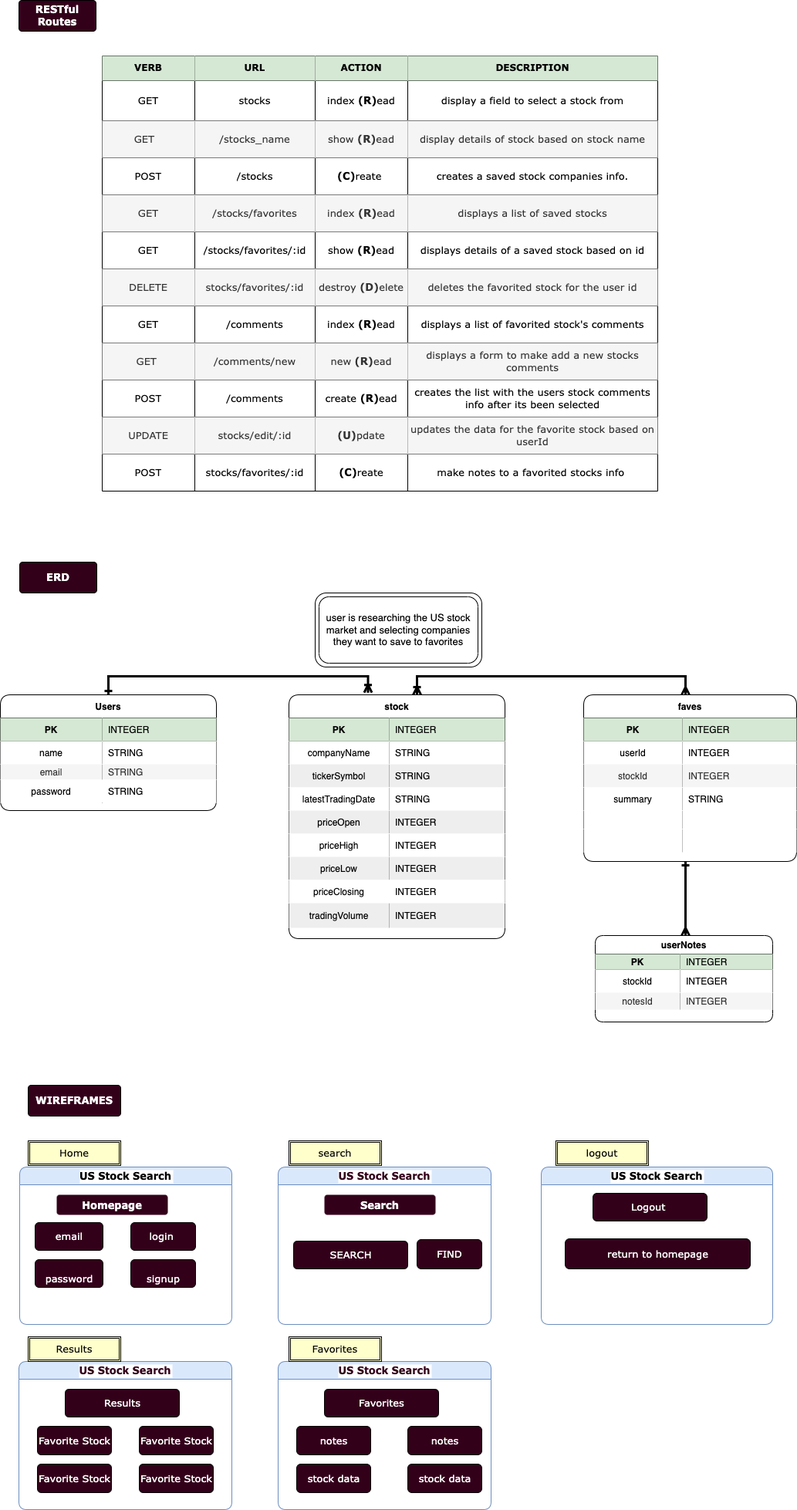
This is ERD.drawio.png from Professorsurf/Project-2, a draw.io export, as it was before one commit. Source tidied: cells renumbered, new cells last; positions are measured from the earlier drawing's top-left corner, leaving out a move shared by most shapes.
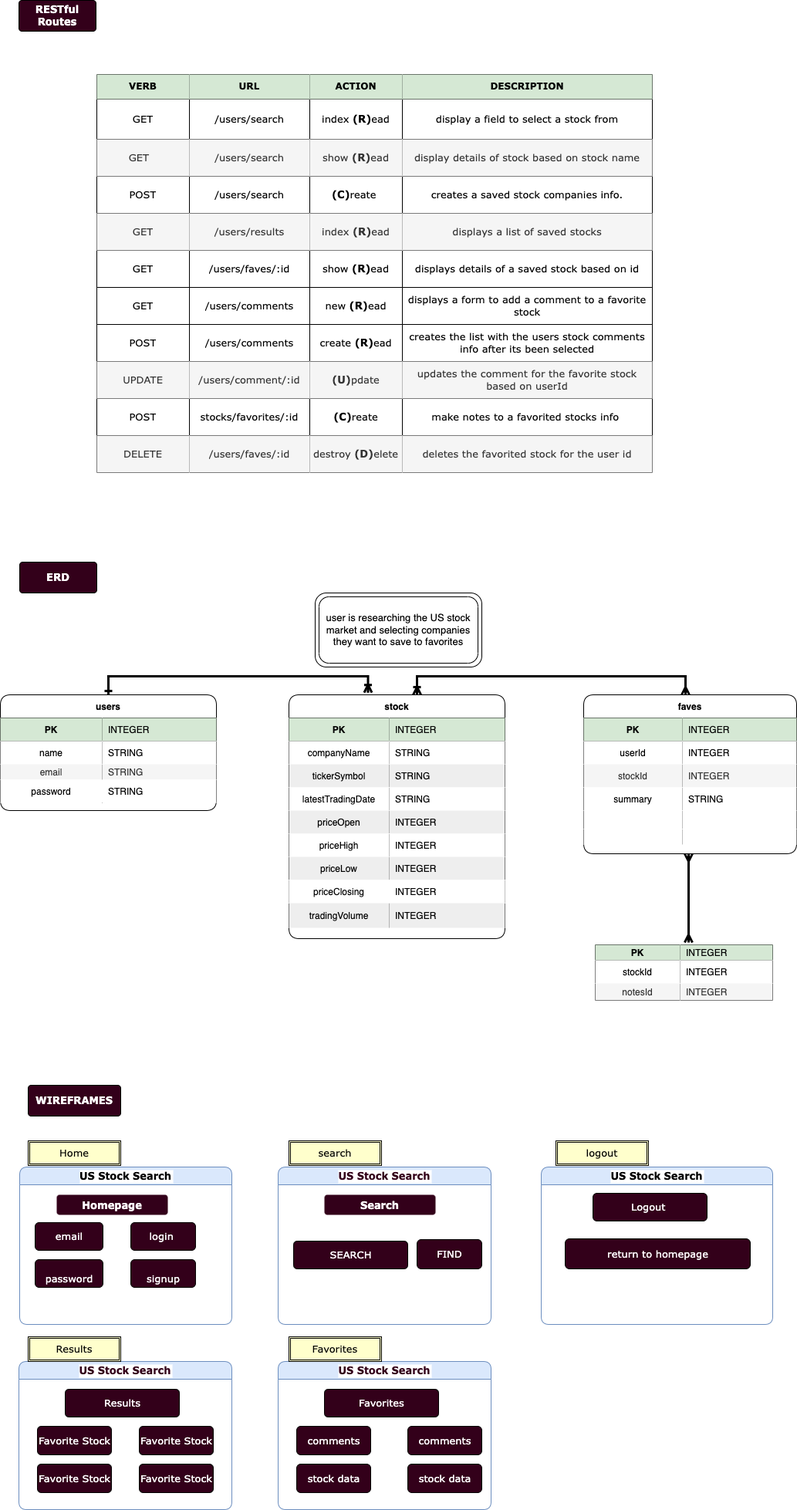
Later version of the same file.

The edit, as a diff of the source:
```diff
@@ -4,3 +4,3 @@
     <mxCell id="1" parent="0" />
-    <mxCell id="2" value="Users" style="shape=table;startSize=30;rowLines=0;fontStyle=1;align=center;rounded=1;labelBackgroundColor=default;" parent="1" vertex="1">
+    <mxCell id="2" value="users" style="shape=table;startSize=30;rowLines=0;fontStyle=1;align=center;rounded=1;labelBackgroundColor=default;" parent="1" vertex="1">
       <mxGeometry y="900" width="280" height="150" as="geometry" />
@@ -127,7 +127,7 @@
     </mxCell>
-    <mxCell id="43" value="userNotes" style="shape=table;startSize=24;rowLines=0;fontStyle=1;align=center;rounded=1;" parent="1" vertex="1">
-      <mxGeometry x="771" y="1212" width="230" height="112" as="geometry" />
+    <mxCell id="43" value="userComments" style="shape=table;startSize=0;rowLines=0;fontStyle=1;align=center;rounded=1;" parent="1" vertex="1">
+      <mxGeometry x="771" y="1224" width="230" height="72" as="geometry" />
     </mxCell>
     <mxCell id="44" style="shape=tableRow;horizontal=0;startSize=0;swimlaneHead=0;swimlaneBody=0;fillColor=none;points=[[0,0.5],[1,0.5]];portConstraint=eastwest;top=0;left=0;right=0;bottom=1;rounded=0;" parent="43" vertex="1">
-      <mxGeometry y="24" width="230" height="20" as="geometry" />
+      <mxGeometry width="230" height="20" as="geometry" />
     </mxCell>
@@ -140,3 +140,3 @@
     <mxCell id="47" style="shape=tableRow;horizontal=0;startSize=0;swimlaneHead=0;swimlaneBody=0;fillColor=none;top=0;left=0;right=0;bottom=0;" parent="43" vertex="1">
-      <mxGeometry y="44" width="230" height="30" as="geometry" />
+      <mxGeometry y="20" width="230" height="30" as="geometry" />
     </mxCell>
@@ -149,3 +149,3 @@
     <mxCell id="50" style="shape=tableRow;horizontal=0;startSize=0;swimlaneHead=0;swimlaneBody=0;fillColor=none;top=0;left=0;right=0;bottom=0;rounded=0;" parent="43" vertex="1">
-      <mxGeometry y="74" width="230" height="22" as="geometry" />
+      <mxGeometry y="50" width="230" height="22" as="geometry" />
     </mxCell>
@@ -157,7 +157,7 @@
     </mxCell>
-    <mxCell id="53" style="edgeStyle=orthogonalEdgeStyle;rounded=0;jettySize=auto;html=1;startArrow=ERone;startFill=0;endArrow=ERmany;endFill=0;strokeWidth=3;" parent="1" edge="1" source="55">
+    <mxCell id="53" style="edgeStyle=orthogonalEdgeStyle;rounded=0;jettySize=auto;html=1;startArrow=ERmany;startFill=0;endArrow=ERmany;endFill=0;strokeWidth=3;entryX=0.526;entryY=-0.15;entryDx=0;entryDy=0;entryPerimeter=0;" parent="1" edge="1" source="55" target="44">
       <mxGeometry relative="1" as="geometry">
-        <mxPoint x="888" y="1212" as="targetPoint" />
         <Array as="points">
-          <mxPoint x="888" y="1209" />
+          <mxPoint x="892" y="1200" />
+          <mxPoint x="892" y="1200" />
         </Array>
@@ -174,3 +174,3 @@
     <mxCell id="55" value="faves" style="shape=table;startSize=30;rowLines=0;fontStyle=1;align=center;rounded=1;swimlaneLine=1;" parent="1" vertex="1">
-      <mxGeometry x="756" y="900" width="276" height="216" as="geometry" />
+      <mxGeometry x="756" y="900" width="276" height="206" as="geometry" />
     </mxCell>
@@ -222,9 +222,9 @@
     <mxCell id="71" style="shape=tableRow;horizontal=0;startSize=0;swimlaneHead=0;swimlaneBody=0;fillColor=none;top=0;left=0;right=0;bottom=0;rounded=1;shadow=0;sketch=0;fontFamily=Verdana;" parent="55" vertex="1">
-      <mxGeometry y="174" width="276" height="30" as="geometry" />
+      <mxGeometry y="174" width="276" height="20" as="geometry" />
     </mxCell>
     <mxCell id="72" style="shape=partialRectangle;top=0;left=0;bottom=0;right=0;overflow=hidden;rounded=1;shadow=0;sketch=0;fontFamily=Verdana;" parent="71" vertex="1">
-      <mxGeometry width="128" height="30" as="geometry" />
+      <mxGeometry width="128" height="20" as="geometry" />
     </mxCell>
     <mxCell id="73" style="shape=partialRectangle;top=0;left=0;bottom=0;right=0;align=left;spacingLeft=6;overflow=hidden;rounded=1;shadow=0;sketch=0;fontFamily=Verdana;" parent="71" vertex="1">
-      <mxGeometry x="128" width="148" height="30" as="geometry" />
+      <mxGeometry x="128" width="148" height="20" as="geometry" />
     </mxCell>
@@ -242,3 +242,3 @@
     <mxCell id="76" style="shape=table;html=1;whiteSpace=wrap;startSize=0;rounded=1;shadow=0;sketch=0;strokeWidth=1;perimeterSpacing=0;rowLines=1;fontFamily=Verdana;" parent="1" vertex="1">
-      <mxGeometry x="132" y="72" width="720" height="564" as="geometry" />
+      <mxGeometry x="125" y="96" width="720" height="516" as="geometry" />
     </mxCell>
@@ -265,3 +265,3 @@
     </mxCell>
-    <mxCell id="84" value="stocks" style="shape=partialRectangle;html=1;whiteSpace=wrap;fillColor=none;top=0;left=0;bottom=0;right=0;overflow=hidden;rounded=1;shadow=0;fontFamily=Verdana;fontSize=13;" parent="82" vertex="1">
+    <mxCell id="84" value="/users/search" style="shape=partialRectangle;html=1;whiteSpace=wrap;fillColor=none;top=0;left=0;bottom=0;right=0;overflow=hidden;rounded=1;shadow=0;fontFamily=Verdana;fontSize=13;" parent="82" vertex="1">
       <mxGeometry x="120" width="156" height="52" as="geometry" />
@@ -280,3 +280,3 @@
     </mxCell>
-    <mxCell id="89" value="/stocks_name" style="shape=partialRectangle;html=1;whiteSpace=wrap;fillColor=#f5f5f5;top=0;left=0;bottom=0;right=0;overflow=hidden;rounded=1;shadow=0;fontColor=#333333;strokeColor=#666666;fontFamily=Verdana;fontSize=13;" parent="87" vertex="1">
+    <mxCell id="89" value="/users/search" style="shape=partialRectangle;html=1;whiteSpace=wrap;fillColor=#f5f5f5;top=0;left=0;bottom=0;right=0;overflow=hidden;rounded=1;shadow=0;fontColor=#333333;strokeColor=#666666;fontFamily=Verdana;fontSize=13;" parent="87" vertex="1">
       <mxGeometry x="120" width="156" height="48" as="geometry" />
@@ -295,3 +295,3 @@
     </mxCell>
-    <mxCell id="94" value="/stocks" style="shape=partialRectangle;html=1;whiteSpace=wrap;fillColor=none;top=0;left=0;bottom=0;right=0;overflow=hidden;rounded=1;shadow=0;fontFamily=Verdana;fontSize=13;" parent="92" vertex="1">
+    <mxCell id="94" value="/users/search" style="shape=partialRectangle;html=1;whiteSpace=wrap;fillColor=none;top=0;left=0;bottom=0;right=0;overflow=hidden;rounded=1;shadow=0;fontFamily=Verdana;fontSize=13;" parent="92" vertex="1">
       <mxGeometry x="120" width="156" height="48" as="geometry" />
@@ -310,3 +310,3 @@
     </mxCell>
-    <mxCell id="99" value="/stocks/favorites" style="shape=partialRectangle;html=1;whiteSpace=wrap;fillColor=#f5f5f5;top=0;left=0;bottom=0;right=0;overflow=hidden;rounded=1;shadow=0;fontColor=#333333;strokeColor=#666666;fontFamily=Verdana;fontSize=13;" parent="97" vertex="1">
+    <mxCell id="99" value="/users/results" style="shape=partialRectangle;html=1;whiteSpace=wrap;fillColor=#f5f5f5;top=0;left=0;bottom=0;right=0;overflow=hidden;rounded=1;shadow=0;fontColor=#333333;strokeColor=#666666;fontFamily=Verdana;fontSize=13;" parent="97" vertex="1">
       <mxGeometry x="120" width="156" height="48" as="geometry" />
@@ -325,3 +325,3 @@
     </mxCell>
-    <mxCell id="104" value="/stocks/favorites/:id" style="shape=partialRectangle;html=1;whiteSpace=wrap;fillColor=none;top=0;left=0;bottom=0;right=0;overflow=hidden;rounded=1;shadow=0;fontFamily=Verdana;fontSize=13;" parent="102" vertex="1">
+    <mxCell id="104" value="/users/faves/:id" style="shape=partialRectangle;html=1;whiteSpace=wrap;fillColor=none;top=0;left=0;bottom=0;right=0;overflow=hidden;rounded=1;shadow=0;fontFamily=Verdana;fontSize=13;" parent="102" vertex="1">
       <mxGeometry x="120" width="156" height="48" as="geometry" />
@@ -334,19 +334,4 @@
     </mxCell>
-    <mxCell id="107" style="shape=tableRow;horizontal=0;startSize=0;swimlaneHead=0;swimlaneBody=0;top=0;left=0;bottom=0;right=0;fillColor=none;rounded=1;shadow=0;" parent="76" vertex="1">
-      <mxGeometry y="276" width="720" height="48" as="geometry" />
-    </mxCell>
-    <mxCell id="108" value="DELETE" style="shape=partialRectangle;html=1;whiteSpace=wrap;fillColor=#f5f5f5;top=0;left=0;bottom=0;right=0;overflow=hidden;rounded=1;shadow=0;fontColor=#333333;strokeColor=#666666;fontFamily=Verdana;fontSize=13;" parent="107" vertex="1">
-      <mxGeometry width="120" height="48" as="geometry" />
-    </mxCell>
-    <mxCell id="109" value="stocks/favorites/:id" style="shape=partialRectangle;html=1;whiteSpace=wrap;fillColor=#f5f5f5;top=0;left=0;bottom=0;right=0;overflow=hidden;rounded=1;shadow=0;fontColor=#333333;strokeColor=#666666;fontFamily=Verdana;fontSize=13;" parent="107" vertex="1">
-      <mxGeometry x="120" width="156" height="48" as="geometry" />
-    </mxCell>
-    <mxCell id="110" value="destroy &lt;b&gt;(D)&lt;/b&gt;elete" style="shape=partialRectangle;html=1;whiteSpace=wrap;fillColor=#f5f5f5;top=0;left=0;bottom=0;right=0;overflow=hidden;rounded=1;shadow=0;fontColor=#333333;strokeColor=#666666;fontFamily=Verdana;fontSize=13;" parent="107" vertex="1">
-      <mxGeometry x="276" width="120" height="48" as="geometry" />
-    </mxCell>
-    <mxCell id="111" value="deletes the favorited stock for the user id" style="shape=partialRectangle;html=1;whiteSpace=wrap;fillColor=#f5f5f5;top=0;left=0;bottom=0;right=0;overflow=hidden;rounded=1;shadow=0;fontColor=#333333;strokeColor=#666666;fontFamily=Verdana;fontSize=13;" parent="107" vertex="1">
-      <mxGeometry x="396" width="324" height="48" as="geometry" />
-    </mxCell>
     <mxCell id="112" style="shape=tableRow;horizontal=0;startSize=0;swimlaneHead=0;swimlaneBody=0;top=0;left=0;bottom=0;right=0;fillColor=none;rounded=1;shadow=0;" parent="76" vertex="1">
-      <mxGeometry y="324" width="720" height="48" as="geometry" />
+      <mxGeometry y="276" width="720" height="48" as="geometry" />
     </mxCell>
@@ -355,28 +340,13 @@
     </mxCell>
-    <mxCell id="114" value="/comments" style="shape=partialRectangle;html=1;whiteSpace=wrap;fillColor=none;top=0;left=0;bottom=0;right=0;overflow=hidden;rounded=1;shadow=0;fontFamily=Verdana;fontSize=13;" parent="112" vertex="1">
+    <mxCell id="114" value="/users/comments" style="shape=partialRectangle;html=1;whiteSpace=wrap;fillColor=none;top=0;left=0;bottom=0;right=0;overflow=hidden;rounded=1;shadow=0;fontFamily=Verdana;fontSize=13;" parent="112" vertex="1">
       <mxGeometry x="120" width="156" height="48" as="geometry" />
     </mxCell>
-    <mxCell id="115" value="index &lt;b&gt;(R)&lt;/b&gt;ead" style="shape=partialRectangle;html=1;whiteSpace=wrap;fillColor=none;top=0;left=0;bottom=0;right=0;overflow=hidden;rounded=1;shadow=0;fontFamily=Verdana;fontSize=13;" parent="112" vertex="1">
+    <mxCell id="115" value="new&amp;nbsp;&lt;b&gt;(R)&lt;/b&gt;ead" style="shape=partialRectangle;html=1;whiteSpace=wrap;fillColor=none;top=0;left=0;bottom=0;right=0;overflow=hidden;rounded=1;shadow=0;fontFamily=Verdana;fontSize=13;" parent="112" vertex="1">
       <mxGeometry x="276" width="120" height="48" as="geometry" />
     </mxCell>
-    <mxCell id="116" value="displays a list of favorited stock's comments" style="shape=partialRectangle;html=1;whiteSpace=wrap;fillColor=none;top=0;left=0;bottom=0;right=0;overflow=hidden;rounded=1;shadow=0;fontFamily=Verdana;fontSize=13;" parent="112" vertex="1">
+    <mxCell id="116" value="displays a form to add a comment to a favorite stock" style="shape=partialRectangle;html=1;whiteSpace=wrap;fillColor=none;top=0;left=0;bottom=0;right=0;overflow=hidden;rounded=1;shadow=0;fontFamily=Verdana;fontSize=13;" parent="112" vertex="1">
       <mxGeometry x="396" width="324" height="48" as="geometry" />
     </mxCell>
-    <mxCell id="117" style="shape=tableRow;horizontal=0;startSize=0;swimlaneHead=0;swimlaneBody=0;top=0;left=0;bottom=0;right=0;fillColor=none;rounded=1;shadow=0;" parent="76" vertex="1">
-      <mxGeometry y="372" width="720" height="48" as="geometry" />
-    </mxCell>
-    <mxCell id="118" value="GET&amp;nbsp;" style="shape=partialRectangle;html=1;whiteSpace=wrap;fillColor=#f5f5f5;top=0;left=0;bottom=0;right=0;overflow=hidden;rounded=1;shadow=0;fontColor=#333333;strokeColor=#666666;fontFamily=Verdana;fontSize=13;" parent="117" vertex="1">
-      <mxGeometry width="120" height="48" as="geometry" />
-    </mxCell>
-    <mxCell id="119" value="/comments/new" style="shape=partialRectangle;html=1;whiteSpace=wrap;fillColor=#f5f5f5;top=0;left=0;bottom=0;right=0;overflow=hidden;rounded=1;shadow=0;fontColor=#333333;strokeColor=#666666;fontFamily=Verdana;fontSize=13;" parent="117" vertex="1">
-      <mxGeometry x="120" width="156" height="48" as="geometry" />
-    </mxCell>
-    <mxCell id="120" value="new &lt;b&gt;(R)&lt;/b&gt;ead" style="shape=partialRectangle;html=1;whiteSpace=wrap;fillColor=#f5f5f5;top=0;left=0;bottom=0;right=0;overflow=hidden;rounded=1;shadow=0;fontColor=#333333;strokeColor=#666666;fontFamily=Verdana;fontSize=13;" parent="117" vertex="1">
-      <mxGeometry x="276" width="120" height="48" as="geometry" />
-    </mxCell>
-    <mxCell id="121" value="displays a form to make add a new stocks comments" style="shape=partialRectangle;html=1;whiteSpace=wrap;fillColor=#f5f5f5;top=0;left=0;bottom=0;right=0;overflow=hidden;rounded=1;shadow=0;fontColor=#333333;strokeColor=#666666;fontFamily=Verdana;fontSize=13;" parent="117" vertex="1">
-      <mxGeometry x="396" width="324" height="48" as="geometry" />
-    </mxCell>
     <mxCell id="122" style="shape=tableRow;horizontal=0;startSize=0;swimlaneHead=0;swimlaneBody=0;top=0;left=0;bottom=0;right=0;fillColor=none;rounded=1;shadow=0;" parent="76" vertex="1">
-      <mxGeometry y="420" width="720" height="48" as="geometry" />
+      <mxGeometry y="324" width="720" height="48" as="geometry" />
     </mxCell>
@@ -385,3 +355,3 @@
     </mxCell>
-    <mxCell id="124" value="/comments" style="shape=partialRectangle;html=1;whiteSpace=wrap;fillColor=none;top=0;left=0;bottom=0;right=0;overflow=hidden;rounded=1;shadow=0;fontFamily=Verdana;fontSize=13;" parent="122" vertex="1">
+    <mxCell id="124" value="/users/comments" style="shape=partialRectangle;html=1;whiteSpace=wrap;fillColor=none;top=0;left=0;bottom=0;right=0;overflow=hidden;rounded=1;shadow=0;fontFamily=Verdana;fontSize=13;" parent="122" vertex="1">
       <mxGeometry x="120" width="156" height="48" as="geometry" />
@@ -395,3 +365,3 @@
     <mxCell id="127" style="shape=tableRow;horizontal=0;startSize=0;swimlaneHead=0;swimlaneBody=0;top=0;left=0;bottom=0;right=0;fillColor=none;rounded=1;shadow=0;" parent="76" vertex="1">
-      <mxGeometry y="468" width="720" height="48" as="geometry" />
+      <mxGeometry y="372" width="720" height="48" as="geometry" />
     </mxCell>
@@ -400,3 +370,3 @@
     </mxCell>
-    <mxCell id="129" value="stocks/edit/:id" style="shape=partialRectangle;html=1;whiteSpace=wrap;fillColor=#f5f5f5;top=0;left=0;bottom=0;right=0;overflow=hidden;rounded=1;shadow=0;fontColor=#333333;strokeColor=#666666;fontFamily=Verdana;fontSize=13;" parent="127" vertex="1">
+    <mxCell id="129" value="/users/comment/:id" style="shape=partialRectangle;html=1;whiteSpace=wrap;fillColor=#f5f5f5;top=0;left=0;bottom=0;right=0;overflow=hidden;rounded=1;shadow=0;fontColor=#333333;strokeColor=#666666;fontFamily=Verdana;fontSize=13;" parent="127" vertex="1">
       <mxGeometry x="120" width="156" height="48" as="geometry" />
@@ -406,3 +376,3 @@
     </mxCell>
-    <mxCell id="131" value="updates the data for the favorite stock based on userId" style="shape=partialRectangle;html=1;whiteSpace=wrap;fillColor=#f5f5f5;top=0;left=0;bottom=0;right=0;overflow=hidden;rounded=1;shadow=0;fontColor=#333333;strokeColor=#666666;fontFamily=Verdana;fontSize=13;" parent="127" vertex="1">
+    <mxCell id="131" value="updates the comment for the favorite stock based on userId" style="shape=partialRectangle;html=1;whiteSpace=wrap;fillColor=#f5f5f5;top=0;left=0;bottom=0;right=0;overflow=hidden;rounded=1;shadow=0;fontColor=#333333;strokeColor=#666666;fontFamily=Verdana;fontSize=13;" parent="127" vertex="1">
       <mxGeometry x="396" width="324" height="48" as="geometry" />
@@ -410,3 +380,3 @@
     <mxCell id="132" style="shape=tableRow;horizontal=0;startSize=0;swimlaneHead=0;swimlaneBody=0;top=0;left=0;bottom=0;right=0;fillColor=none;rounded=1;shadow=0;" parent="76" vertex="1">
-      <mxGeometry y="516" width="720" height="48" as="geometry" />
+      <mxGeometry y="420" width="720" height="48" as="geometry" />
     </mxCell>
@@ -424,2 +394,17 @@
     </mxCell>
+    <mxCell id="107" style="shape=tableRow;horizontal=0;startSize=0;swimlaneHead=0;swimlaneBody=0;top=0;left=0;bottom=0;right=0;fillColor=none;rounded=1;shadow=0;" parent="76" vertex="1">
+      <mxGeometry y="468" width="720" height="48" as="geometry" />
+    </mxCell>
+    <mxCell id="108" value="DELETE" style="shape=partialRectangle;html=1;whiteSpace=wrap;fillColor=#f5f5f5;top=0;left=0;bottom=0;right=0;overflow=hidden;rounded=1;shadow=0;fontColor=#333333;strokeColor=#666666;fontFamily=Verdana;fontSize=13;" parent="107" vertex="1">
+      <mxGeometry width="120" height="48" as="geometry" />
+    </mxCell>
+    <mxCell id="109" value="/users/faves/:id" style="shape=partialRectangle;html=1;whiteSpace=wrap;fillColor=#f5f5f5;top=0;left=0;bottom=0;right=0;overflow=hidden;rounded=1;shadow=0;fontColor=#333333;strokeColor=#666666;fontFamily=Verdana;fontSize=13;" parent="107" vertex="1">
+      <mxGeometry x="120" width="156" height="48" as="geometry" />
+    </mxCell>
+    <mxCell id="110" value="destroy &lt;b&gt;(D)&lt;/b&gt;elete" style="shape=partialRectangle;html=1;whiteSpace=wrap;fillColor=#f5f5f5;top=0;left=0;bottom=0;right=0;overflow=hidden;rounded=1;shadow=0;fontColor=#333333;strokeColor=#666666;fontFamily=Verdana;fontSize=13;" parent="107" vertex="1">
+      <mxGeometry x="276" width="120" height="48" as="geometry" />
+    </mxCell>
+    <mxCell id="111" value="deletes the favorited stock for the user id" style="shape=partialRectangle;html=1;whiteSpace=wrap;fillColor=#f5f5f5;top=0;left=0;bottom=0;right=0;overflow=hidden;rounded=1;shadow=0;fontColor=#333333;strokeColor=#666666;fontFamily=Verdana;fontSize=13;" parent="107" vertex="1">
+      <mxGeometry x="396" width="324" height="48" as="geometry" />
+    </mxCell>
     <mxCell id="137" value="ERD" style="rounded=1;arcSize=10;whiteSpace=wrap;html=1;align=center;shadow=0;labelBackgroundColor=#33001A;sketch=0;fontFamily=Verdana;fontSize=13;fontColor=#FFFFFF;strokeWidth=1;fontStyle=1;fillColor=#33001A;" parent="1" vertex="1">
@@ -499,3 +484,3 @@
     </mxCell>
-    <mxCell id="162" value="notes" style="html=1;rounded=1;shadow=0;labelBackgroundColor=#33001A;sketch=0;fontFamily=Verdana;fontSize=13;fontColor=#FFFFFF;strokeWidth=1;fillColor=#33001A;" parent="160" vertex="1">
+    <mxCell id="162" value="comments" style="html=1;rounded=1;shadow=0;labelBackgroundColor=#33001A;sketch=0;fontFamily=Verdana;fontSize=13;fontColor=#FFFFFF;strokeWidth=1;fillColor=#33001A;" parent="160" vertex="1">
       <mxGeometry x="24" y="84" width="96" height="37" as="geometry" />
@@ -505,3 +490,3 @@
     </mxCell>
-    <mxCell id="164" value="notes" style="html=1;rounded=1;shadow=0;labelBackgroundColor=#33001A;sketch=0;fontFamily=Verdana;fontSize=13;fontColor=#FFFFFF;strokeWidth=1;fillColor=#33001A;" parent="160" vertex="1">
+    <mxCell id="164" value="comments" style="html=1;rounded=1;shadow=0;labelBackgroundColor=#33001A;sketch=0;fontFamily=Verdana;fontSize=13;fontColor=#FFFFFF;strokeWidth=1;fillColor=#33001A;" parent="160" vertex="1">
       <mxGeometry x="168" y="84" width="96" height="37" as="geometry" />
```
